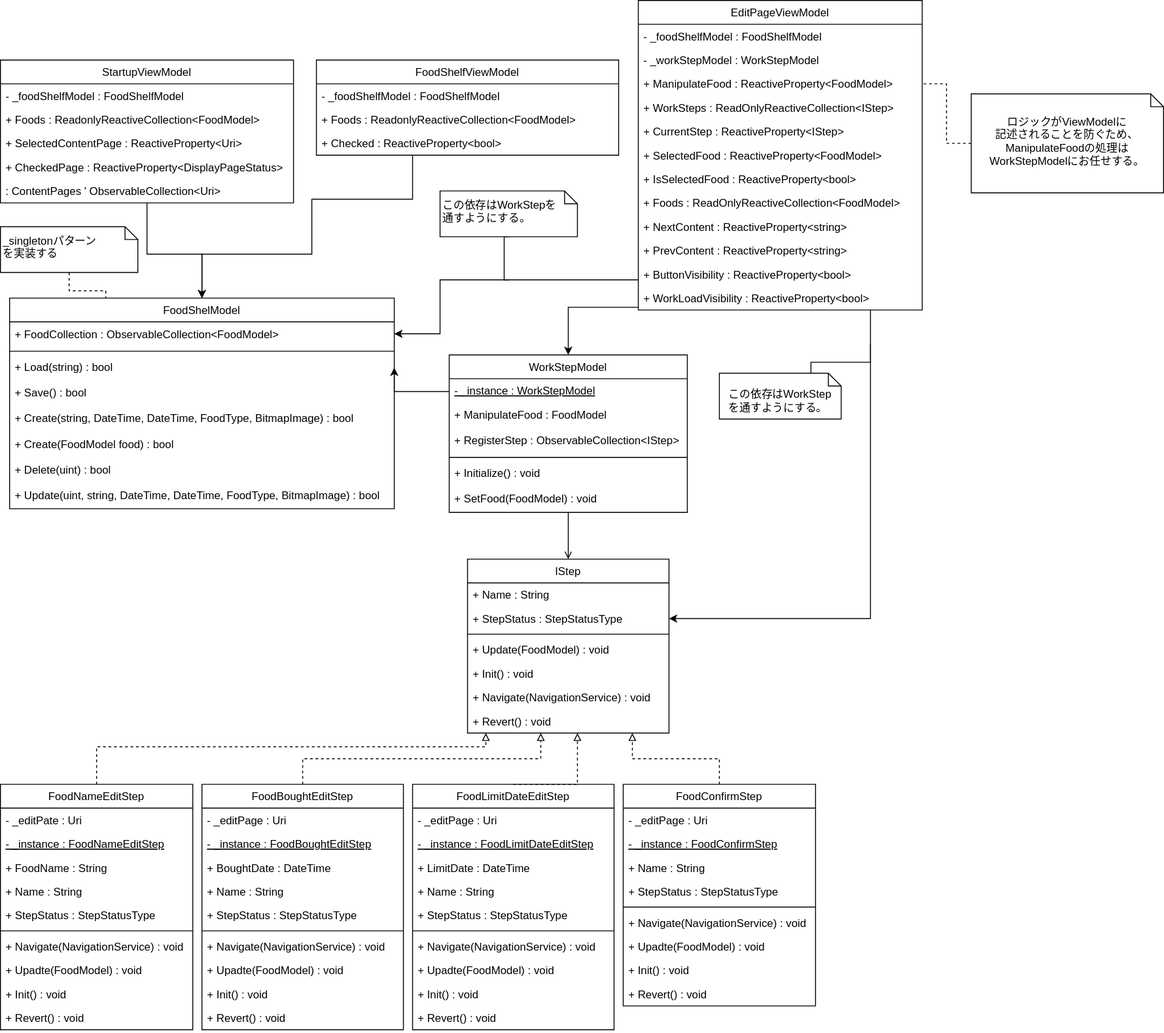
Above: doc/class_diagram.svg in Pregum/Refregator (draw.io), before the change. Source tidied: cells renumbered, new cells last; positions are measured from the earlier drawing's top-left corner, leaving out a move shared by most shapes.
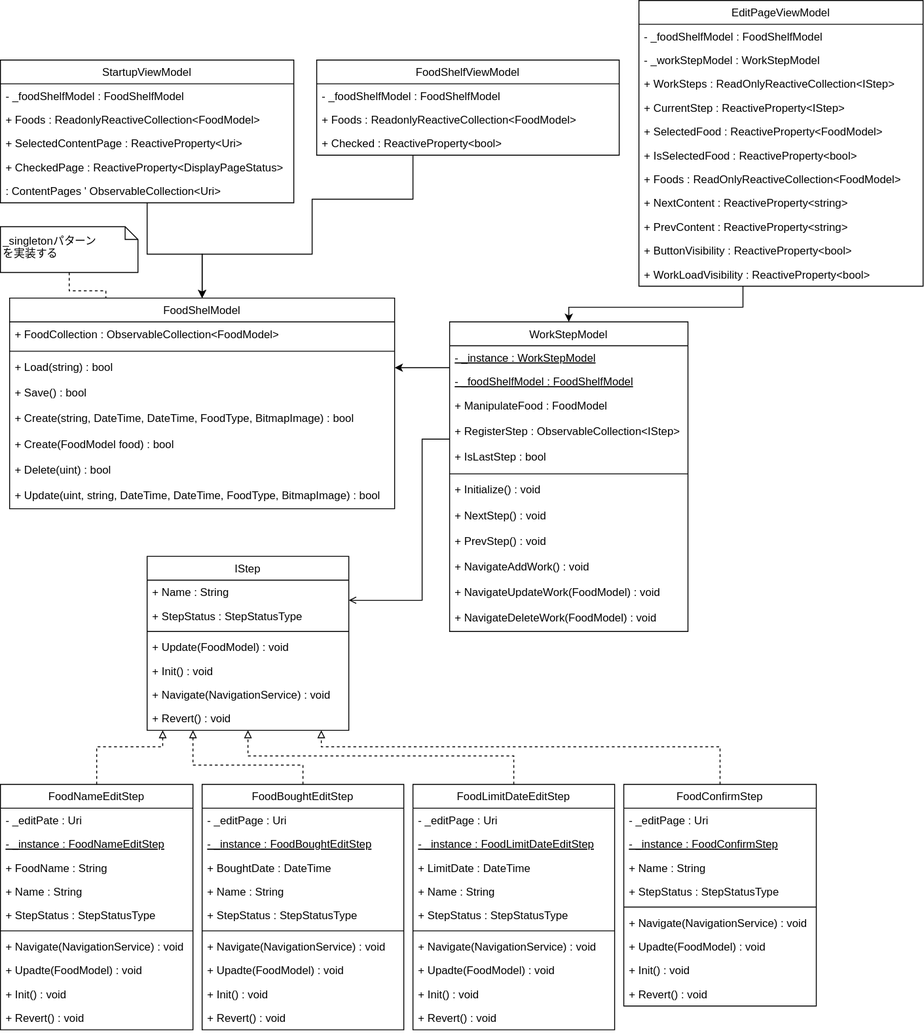
After the commit.

Commit message:
[update] 今回の修正作業終了後のクラス図に更新

この後行うEditPageViewModelからManipulateFoodを削除し、EditPageViewModelに記述されているロジックをWorkStepModelに移した後のクラス図を記入した

Change to the diagram source:
```diff
@@ -2,30 +2,6 @@
   <root>
     <mxCell id="0" />
     <mxCell id="1" parent="0" />
-    <mxCell id="2" style="edgeStyle=orthogonalEdgeStyle;rounded=0;html=1;exitX=0.75;exitY=0;jettySize=auto;endArrow=none;endFill=0;" parent="1" edge="1" source="3">
-      <mxGeometry relative="1" as="geometry">
-        <mxPoint x="950" y="375" as="targetPoint" />
-        <Array as="points">
-          <mxPoint x="885" y="395" />
-          <mxPoint x="950" y="395" />
-        </Array>
-      </mxGeometry>
-    </mxCell>
-    <mxCell id="3" value="&lt;br&gt;この依存はWorkStep&lt;br&gt;&lt;div style=&quot;text-align: left&quot;&gt;&lt;span&gt;を通すようにする。&lt;/span&gt;&lt;br&gt;&lt;/div&gt;" style="shape=note;whiteSpace=wrap;html=1;size=14;verticalAlign=middle;align=center;spacingTop=-6;" parent="1" vertex="1">
-      <mxGeometry x="785" y="407" width="133" height="50" as="geometry" />
-    </mxCell>
-    <mxCell id="4" style="edgeStyle=orthogonalEdgeStyle;rounded=0;html=1;endArrow=none;endFill=0;jettySize=auto;exitX=0.5;exitY=1;" parent="1" edge="1" source="5">
-      <mxGeometry relative="1" as="geometry">
-        <mxPoint x="555" y="305" as="targetPoint" />
-        <Array as="points">
-          <mxPoint x="550" y="258" />
-          <mxPoint x="550" y="305" />
-        </Array>
-      </mxGeometry>
-    </mxCell>
-    <mxCell id="5" value="&lt;div style=&quot;text-align: left&quot;&gt;&lt;span&gt;この依存はWorkStepを&lt;/span&gt;&lt;/div&gt;通すようにする。" style="shape=note;whiteSpace=wrap;html=1;size=14;verticalAlign=middle;align=left;spacingTop=-6;" parent="1" vertex="1">
-      <mxGeometry x="480" y="208" width="150" height="50" as="geometry" />
-    </mxCell>
     <mxCell id="6" style="edgeStyle=orthogonalEdgeStyle;rounded=0;html=1;entryX=0.5;entryY=0;jettySize=auto;" parent="1" edge="1" source="8" target="78">
       <mxGeometry relative="1" as="geometry">
         <Array as="points">
@@ -34,18 +10,8 @@
         </Array>
       </mxGeometry>
     </mxCell>
-    <mxCell id="7" style="edgeStyle=orthogonalEdgeStyle;rounded=0;html=1;jettySize=auto;entryX=1;entryY=0.5;" parent="1" edge="1" source="8">
-      <mxGeometry relative="1" as="geometry">
-        <mxPoint x="430" y="364" as="targetPoint" />
-        <Array as="points">
-          <mxPoint x="730" y="305" />
-          <mxPoint x="480" y="305" />
-          <mxPoint x="480" y="364" />
-        </Array>
-      </mxGeometry>
-    </mxCell>
     <mxCell id="8" value="EditPageViewModel" style="swimlane;fontStyle=0;horizontal=1;startSize=26;fillColor=none;" parent="1" vertex="1">
-      <mxGeometry x="696.5" width="310" height="338" as="geometry" />
+      <mxGeometry x="696.5" width="310" height="312" as="geometry" />
     </mxCell>
     <mxCell id="9" value="- _foodShelfModel : FoodShelfModel" style="text;strokeColor=none;fillColor=none;align=left;verticalAlign=top;spacingLeft=4;spacingRight=4;overflow=hidden;" parent="8" vertex="1">
       <mxGeometry y="26" width="310" height="26" as="geometry" />
@@ -53,35 +19,32 @@
     <mxCell id="10" value="- _workStepModel : WorkStepModel" style="text;strokeColor=none;fillColor=none;align=left;verticalAlign=top;spacingLeft=4;spacingRight=4;overflow=hidden;" parent="8" vertex="1">
       <mxGeometry y="52" width="310" height="26" as="geometry" />
     </mxCell>
-    <mxCell id="11" value="+ ManipulateFood : ReactiveProperty&lt;FoodModel&gt;" style="text;strokeColor=none;fillColor=none;align=left;verticalAlign=top;spacingLeft=4;spacingRight=4;overflow=hidden;points=[[0,0.5],[1,0.5]];portConstraint=eastwest;" parent="8" vertex="1">
-      <mxGeometry y="78" width="310" height="26" as="geometry" />
-    </mxCell>
     <mxCell id="12" value="+ WorkSteps : ReadOnlyReactiveCollection&lt;IStep&gt;" style="text;strokeColor=none;fillColor=none;align=left;verticalAlign=top;spacingLeft=4;spacingRight=4;overflow=hidden;" parent="8" vertex="1">
-      <mxGeometry y="104" width="310" height="26" as="geometry" />
+      <mxGeometry y="78" width="310" height="26" as="geometry" />
     </mxCell>
     <mxCell id="13" value="+ CurrentStep : ReactiveProperty&lt;IStep&gt;" style="text;strokeColor=none;fillColor=none;align=left;verticalAlign=top;spacingLeft=4;spacingRight=4;overflow=hidden;" parent="8" vertex="1">
-      <mxGeometry y="130" width="310" height="26" as="geometry" />
+      <mxGeometry y="104" width="310" height="26" as="geometry" />
     </mxCell>
     <mxCell id="14" value="+ SelectedFood : ReactiveProperty&lt;FoodModel&gt;" style="text;strokeColor=none;fillColor=none;align=left;verticalAlign=top;spacingLeft=4;spacingRight=4;overflow=hidden;" parent="8" vertex="1">
-      <mxGeometry y="156" width="310" height="26" as="geometry" />
+      <mxGeometry y="130" width="310" height="26" as="geometry" />
     </mxCell>
     <mxCell id="15" value="+ IsSelectedFood : ReactiveProperty&lt;bool&gt;" style="text;strokeColor=none;fillColor=none;align=left;verticalAlign=top;spacingLeft=4;spacingRight=4;overflow=hidden;" parent="8" vertex="1">
-      <mxGeometry y="182" width="310" height="26" as="geometry" />
+      <mxGeometry y="156" width="310" height="26" as="geometry" />
     </mxCell>
     <mxCell id="16" value="+ Foods : ReadOnlyReactiveCollection&lt;FoodModel&gt;" style="text;strokeColor=none;fillColor=none;align=left;verticalAlign=top;spacingLeft=4;spacingRight=4;overflow=hidden;" parent="8" vertex="1">
-      <mxGeometry y="208" width="310" height="26" as="geometry" />
+      <mxGeometry y="182" width="310" height="26" as="geometry" />
     </mxCell>
     <mxCell id="17" value="+ NextContent : ReactiveProperty&lt;string&gt;" style="text;strokeColor=none;fillColor=none;align=left;verticalAlign=top;spacingLeft=4;spacingRight=4;overflow=hidden;" parent="8" vertex="1">
-      <mxGeometry y="234" width="310" height="26" as="geometry" />
+      <mxGeometry y="208" width="310" height="26" as="geometry" />
     </mxCell>
     <mxCell id="18" value="+ PrevContent : ReactiveProperty&lt;string&gt;" style="text;strokeColor=none;fillColor=none;align=left;verticalAlign=top;spacingLeft=4;spacingRight=4;overflow=hidden;" parent="8" vertex="1">
-      <mxGeometry y="260" width="310" height="26" as="geometry" />
+      <mxGeometry y="234" width="310" height="26" as="geometry" />
     </mxCell>
     <mxCell id="19" value="+ ButtonVisibility : ReactiveProperty&lt;bool&gt;" style="text;strokeColor=none;fillColor=none;align=left;verticalAlign=top;spacingLeft=4;spacingRight=4;overflow=hidden;" parent="8" vertex="1">
-      <mxGeometry y="286" width="310" height="26" as="geometry" />
+      <mxGeometry y="260" width="310" height="26" as="geometry" />
     </mxCell>
     <mxCell id="20" value="+ WorkLoadVisibility : ReactiveProperty&lt;bool&gt;" style="text;strokeColor=none;fillColor=none;align=left;verticalAlign=top;spacingLeft=4;spacingRight=4;overflow=hidden;" parent="8" vertex="1">
-      <mxGeometry y="312" width="310" height="26" as="geometry" />
+      <mxGeometry y="286" width="310" height="26" as="geometry" />
     </mxCell>
     <mxCell id="21" value="FoodBoughtEditStep" style="swimlane;fontStyle=0;horizontal=1;startSize=26;fillColor=none;" parent="1" vertex="1">
       <mxGeometry x="220" y="856" width="220" height="268" as="geometry" />
@@ -183,7 +146,7 @@
       <mxGeometry relative="1" as="geometry">
         <Array as="points">
           <mxPoint x="105" y="815" />
-          <mxPoint x="530" y="815" />
+          <mxPoint x="177" y="815" />
         </Array>
       </mxGeometry>
     </mxCell>
@@ -221,7 +184,7 @@
       <mxGeometry y="242" width="210" height="26" as="geometry" />
     </mxCell>
     <mxCell id="65" value="IStep" style="swimlane;fontStyle=0;horizontal=1;startSize=26;fillColor=none;" parent="1" vertex="1">
-      <mxGeometry x="510" y="610" width="220" height="190" as="geometry" />
+      <mxGeometry x="160" y="607" width="220" height="190" as="geometry" />
     </mxCell>
     <mxCell id="66" value="+ Name : String" style="text;strokeColor=none;fillColor=none;align=left;verticalAlign=top;spacingLeft=4;spacingRight=4;overflow=hidden;" parent="65" vertex="1">
       <mxGeometry y="26" width="220" height="26" as="geometry" />
@@ -247,58 +210,82 @@
     <mxCell id="73" style="edgeStyle=orthogonalEdgeStyle;rounded=0;html=1;exitX=0.5;exitY=0;jettySize=auto;endArrow=block;endFill=0;dashed=1;targetPerimeterSpacing=0;sourcePerimeterSpacing=2;jumpSize=10;" parent="1" edge="1" source="21" target="65">
       <mxGeometry relative="1" as="geometry">
         <Array as="points">
-          <mxPoint x="330" y="828" />
-          <mxPoint x="590" y="828" />
+          <mxPoint x="330" y="835" />
+          <mxPoint x="210" y="835" />
         </Array>
       </mxGeometry>
     </mxCell>
     <mxCell id="74" style="edgeStyle=orthogonalEdgeStyle;rounded=0;html=1;exitX=0.5;exitY=0;jettySize=auto;endArrow=block;endFill=0;dashed=1;targetPerimeterSpacing=0;sourcePerimeterSpacing=2;jumpSize=10;" parent="1" edge="1" source="42" target="65">
       <mxGeometry relative="1" as="geometry">
         <Array as="points">
-          <mxPoint x="630" y="856" />
+          <mxPoint x="560" y="825" />
+          <mxPoint x="270" y="825" />
         </Array>
       </mxGeometry>
     </mxCell>
     <mxCell id="75" style="edgeStyle=orthogonalEdgeStyle;rounded=0;html=1;exitX=0.5;exitY=0;jettySize=auto;endArrow=block;endFill=0;dashed=1;targetPerimeterSpacing=0;sourcePerimeterSpacing=2;endSize=6;jumpSize=10;" parent="1" edge="1" source="32" target="65">
       <mxGeometry relative="1" as="geometry">
         <Array as="points">
-          <mxPoint x="785" y="828" />
-          <mxPoint x="690" y="828" />
+          <mxPoint x="785" y="815" />
+          <mxPoint x="350" y="815" />
         </Array>
       </mxGeometry>
     </mxCell>
     <mxCell id="76" style="edgeStyle=orthogonalEdgeStyle;rounded=0;html=1;endArrow=open;endFill=0;jettySize=auto;" parent="1" edge="1" source="78" target="65">
-      <mxGeometry relative="1" as="geometry" />
+      <mxGeometry relative="1" as="geometry">
+        <Array as="points">
+          <mxPoint x="460" y="479" />
+          <mxPoint x="460" y="655" />
+        </Array>
+      </mxGeometry>
     </mxCell>
     <mxCell id="77" style="edgeStyle=orthogonalEdgeStyle;rounded=0;html=1;jettySize=auto;entryX=1;entryY=0.5;" parent="1" edge="1" source="78" target="88">
       <mxGeometry relative="1" as="geometry">
         <Array as="points">
-          <mxPoint x="460" y="427" />
-          <mxPoint x="460" y="427" />
+          <mxPoint x="450" y="401" />
+          <mxPoint x="450" y="401" />
         </Array>
       </mxGeometry>
     </mxCell>
     <mxCell id="78" value="WorkStepModel" style="swimlane;fontStyle=0;horizontal=1;startSize=26;fillColor=none;" parent="1" vertex="1">
-      <mxGeometry x="490" y="387" width="260" height="172" as="geometry" />
+      <mxGeometry x="490" y="351" width="260" height="338" as="geometry" />
     </mxCell>
     <mxCell id="79" value="- _instance : WorkStepModel" style="text;strokeColor=none;fillColor=none;align=left;verticalAlign=top;spacingLeft=4;spacingRight=4;overflow=hidden;fontStyle=4;" parent="78" vertex="1">
       <mxGeometry y="26" width="260" height="26" as="geometry" />
     </mxCell>
+    <mxCell id="111" value="- _foodShelfModel : FoodShelfModel" style="text;strokeColor=none;fillColor=none;align=left;verticalAlign=top;spacingLeft=4;spacingRight=4;overflow=hidden;fontStyle=4;" parent="78" vertex="1">
+      <mxGeometry y="52" width="260" height="26" as="geometry" />
+    </mxCell>
     <mxCell id="80" value="+ ManipulateFood : FoodModel&#10;" style="text;strokeColor=none;fillColor=none;align=left;verticalAlign=top;spacingLeft=4;spacingRight=4;overflow=hidden;" parent="78" vertex="1">
-      <mxGeometry y="52" width="260" height="28" as="geometry" />
+      <mxGeometry y="78" width="260" height="28" as="geometry" />
     </mxCell>
     <mxCell id="81" value="+ RegisterStep : ObservableCollection&lt;IStep&gt;&#10;" style="text;strokeColor=none;fillColor=none;align=left;verticalAlign=top;spacingLeft=4;spacingRight=4;overflow=hidden;" parent="78" vertex="1">
-      <mxGeometry y="80" width="260" height="28" as="geometry" />
+      <mxGeometry y="106" width="260" height="28" as="geometry" />
     </mxCell>
+    <mxCell id="112" value="+ IsLastStep : bool&#10;" style="text;strokeColor=none;fillColor=none;align=left;verticalAlign=top;spacingLeft=4;spacingRight=4;overflow=hidden;" parent="78" vertex="1">
+      <mxGeometry y="134" width="260" height="28" as="geometry" />
+    </mxCell>
     <mxCell id="82" style="line;strokeWidth=1;fillColor=none;align=left;verticalAlign=middle;spacingTop=-1;spacingLeft=3;spacingRight=3;labelPosition=right;" parent="78" vertex="1">
-      <mxGeometry y="108" width="260" height="8" as="geometry" />
+      <mxGeometry y="162" width="260" height="8" as="geometry" />
     </mxCell>
     <mxCell id="83" value="+ Initialize() : void&#10;" style="text;strokeColor=none;fillColor=none;align=left;verticalAlign=top;spacingLeft=4;spacingRight=4;overflow=hidden;" parent="78" vertex="1">
-      <mxGeometry y="116" width="260" height="28" as="geometry" />
+      <mxGeometry y="170" width="260" height="28" as="geometry" />
     </mxCell>
-    <mxCell id="84" value="+ SetFood(FoodModel) : void &#10;" style="text;strokeColor=none;fillColor=none;align=left;verticalAlign=top;spacingLeft=4;spacingRight=4;overflow=hidden;" parent="78" vertex="1">
-      <mxGeometry y="144" width="260" height="28" as="geometry" />
-    </mxCell>
+    <mxCell id="113" value="+ NextStep() : void&#10;" style="text;strokeColor=none;fillColor=none;align=left;verticalAlign=top;spacingLeft=4;spacingRight=4;overflow=hidden;" parent="78" vertex="1">
+      <mxGeometry y="198" width="260" height="28" as="geometry" />
+    </mxCell>
+    <mxCell id="114" value="+ PrevStep() : void&#10;" style="text;strokeColor=none;fillColor=none;align=left;verticalAlign=top;spacingLeft=4;spacingRight=4;overflow=hidden;" parent="78" vertex="1">
+      <mxGeometry y="226" width="260" height="28" as="geometry" />
+    </mxCell>
+    <mxCell id="115" value="+ NavigateAddWork() : void&#10;" style="text;strokeColor=none;fillColor=none;align=left;verticalAlign=top;spacingLeft=4;spacingRight=4;overflow=hidden;" parent="78" vertex="1">
+      <mxGeometry y="254" width="260" height="28" as="geometry" />
+    </mxCell>
+    <mxCell id="116" value="+ NavigateUpdateWork(FoodModel) : void&#10;" style="text;strokeColor=none;fillColor=none;align=left;verticalAlign=top;spacingLeft=4;spacingRight=4;overflow=hidden;" parent="78" vertex="1">
+      <mxGeometry y="282" width="260" height="28" as="geometry" />
+    </mxCell>
+    <mxCell id="117" value="+ NavigateDeleteWork(FoodModel) : void&#10;" style="text;strokeColor=none;fillColor=none;align=left;verticalAlign=top;spacingLeft=4;spacingRight=4;overflow=hidden;" parent="78" vertex="1">
+      <mxGeometry y="310" width="260" height="28" as="geometry" />
+    </mxCell>
     <mxCell id="85" value="FoodShelModel" style="swimlane;fontStyle=0;horizontal=1;startSize=26;fillColor=none;" parent="1" vertex="1">
       <mxGeometry x="10" y="325" width="420" height="230" as="geometry" />
     </mxCell>
@@ -326,13 +313,6 @@
     <mxCell id="93" value="+ Update(uint, string, DateTime, DateTime, FoodType, BitmapImage) : bool" style="text;strokeColor=none;fillColor=none;align=left;verticalAlign=top;spacingLeft=4;spacingRight=4;overflow=hidden;" parent="85" vertex="1">
       <mxGeometry y="202" width="420" height="28" as="geometry" />
     </mxCell>
-    <mxCell id="94" style="edgeStyle=orthogonalEdgeStyle;rounded=0;html=1;jettySize=auto;" parent="1" edge="1" source="8" target="67">
-      <mxGeometry relative="1" as="geometry">
-        <Array as="points">
-          <mxPoint x="950" y="675" />
-        </Array>
-      </mxGeometry>
-    </mxCell>
     <mxCell id="95" style="edgeStyle=orthogonalEdgeStyle;rounded=0;html=1;entryX=0.5;entryY=0;jettySize=auto;" parent="1" edge="1" source="96" target="85">
       <mxGeometry relative="1" as="geometry">
         <Array as="points">
@@ -387,11 +367,5 @@
     <mxCell id="108" value="_singletonパターン&lt;br&gt;を実装する&lt;br&gt;&lt;div style=&quot;text-align: left&quot;&gt;&lt;/div&gt;" style="shape=note;whiteSpace=wrap;html=1;size=14;verticalAlign=middle;align=left;spacingTop=-6;" parent="1" vertex="1">
       <mxGeometry y="247" width="150" height="50" as="geometry" />
     </mxCell>
-    <mxCell id="109" style="edgeStyle=orthogonalEdgeStyle;rounded=0;jumpSize=10;html=1;dashed=1;endArrow=none;endFill=0;endSize=6;jettySize=auto;" parent="1" edge="1" source="110" target="11">
-      <mxGeometry relative="1" as="geometry" />
-    </mxCell>
-    <mxCell id="110" value="ロジックがViewModelに&lt;br&gt;記述されることを防ぐため、ManipulateFoodの処理はWorkStepModelにお任せする。&lt;br&gt;" style="shape=note;whiteSpace=wrap;html=1;size=14;verticalAlign=middle;align=center;spacingTop=-6;" parent="1" vertex="1">
-      <mxGeometry x="1060" y="102" width="210" height="108" as="geometry" />
-    </mxCell>
   </root>
 </mxGraphModel>
```
